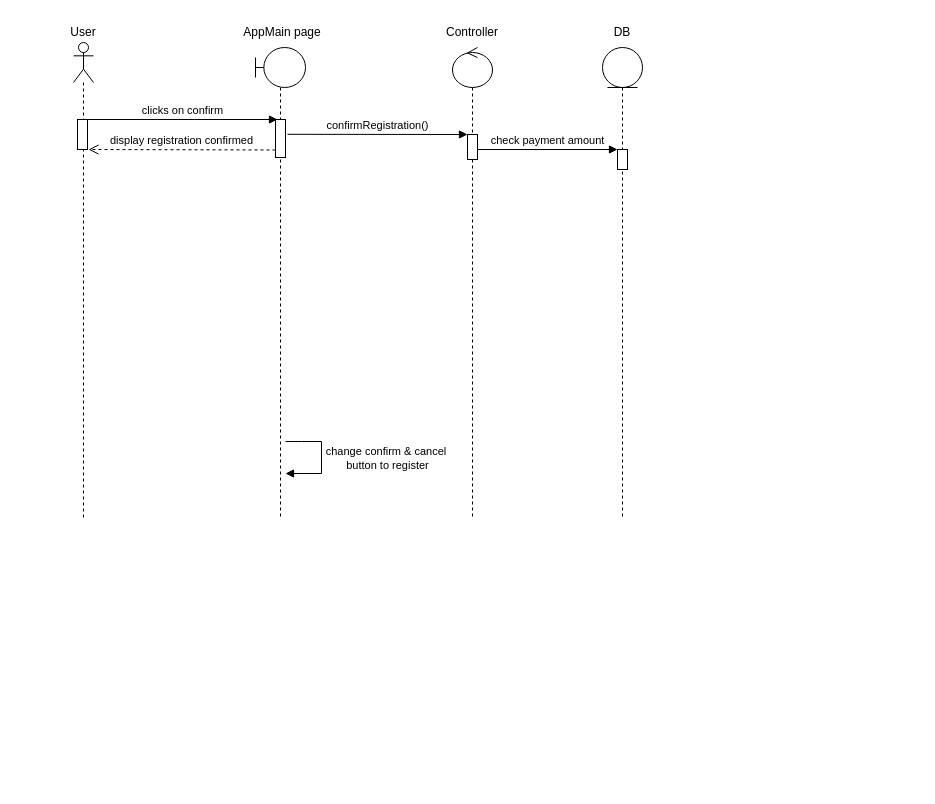
The draw.io diagram uml diagram/confirmRegistration.drawio in rayenbenyoussef/Jci_Manager, before the edit. Source tidied: cells renumbered, new cells numbered last; positions are measured from the earlier drawing's top-left corner, leaving out a move shared by most shapes. Both pictures are drawn from the tidied source at 100%, with x=0, y=0 at pixel (53, 17).
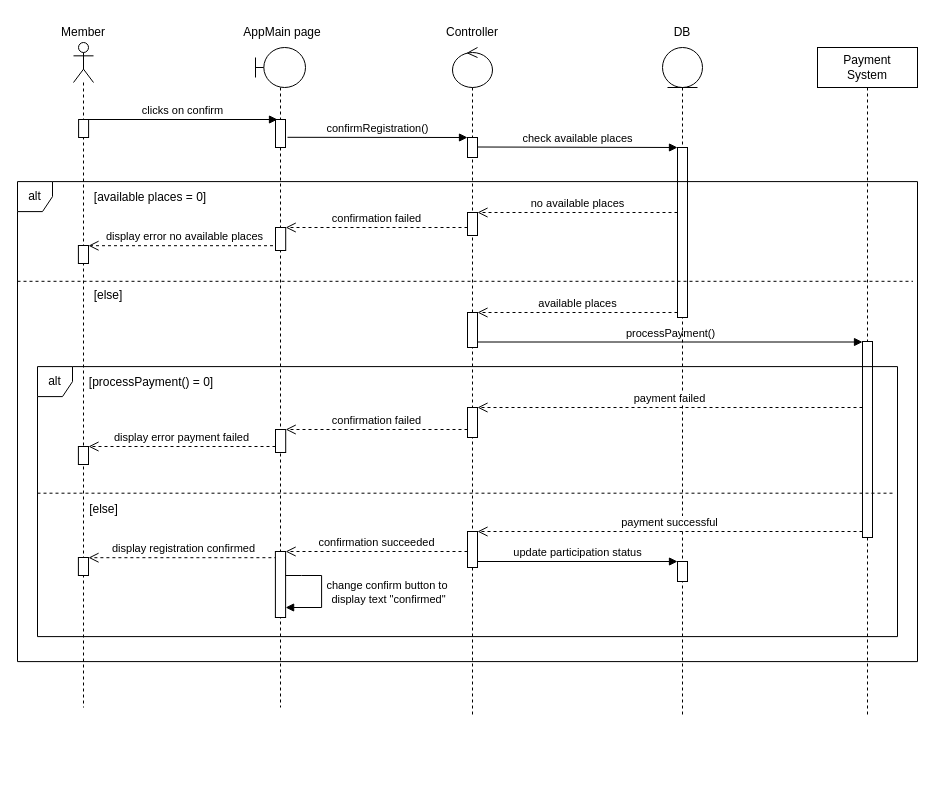
After the change.

What changed in the source:
```diff
@@
+    <mxCell id="3" value="Member" style="text;html=1;whiteSpace=wrap;strokeColor=none;fillColor=none;align=center;verticalAlign=middle;rounded=0;" parent="1" vertex="1">
+      <mxGeometry width="60" height="30" as="geometry" />
+    </mxCell>
+    <mxCell id="12" value="AppMain page" style="text;html=1;whiteSpace=wrap;strokeColor=none;fillColor=none;align=center;verticalAlign=middle;rounded=0;" parent="1" vertex="1">
+      <mxGeometry x="174" width="110" height="30" as="geometry" />
+    </mxCell>
+    <mxCell id="18" value="clicks on confirm" style="html=1;verticalAlign=bottom;endArrow=block;curved=0;rounded=0;strokeColor=light-dark(#000000,#FFFFFF);" parent="1" edge="1">
+      <mxGeometry relative="1" as="geometry">
+        <mxPoint x="34" y="102" as="sourcePoint" />
+        <mxPoint x="224" y="102" as="targetPoint" />
+      </mxGeometry>
+    </mxCell>
+    <mxCell id="19" value="confirmRegistration()" style="html=1;verticalAlign=bottom;endArrow=block;curved=0;rounded=0;strokeColor=light-dark(#000000,#FFFFFF);" parent="1" edge="1">
+      <mxGeometry relative="1" as="geometry">
+        <mxPoint x="234" y="119.8" as="sourcePoint" />
+        <mxPoint x="414" y="120" as="targetPoint" />
+      </mxGeometry>
+    </mxCell>
+    <mxCell id="21" value="check available places" style="html=1;verticalAlign=bottom;endArrow=block;curved=0;rounded=0;strokeColor=light-dark(#000000,#FFFFFF);" parent="1" edge="1">
+      <mxGeometry relative="1" as="geometry">
+        <mxPoint x="424" y="129.5" as="sourcePoint" />
+        <mxPoint x="624" y="130" as="targetPoint" />
+      </mxGeometry>
+    </mxCell>
+    <mxCell id="22" value="no available places" style="html=1;verticalAlign=bottom;endArrow=open;dashed=1;endSize=8;curved=0;rounded=0;" parent="1" edge="1">
+      <mxGeometry relative="1" as="geometry">
+        <mxPoint x="624" y="195" as="sourcePoint" />
+        <mxPoint x="424" y="195" as="targetPoint" />
+      </mxGeometry>
+    </mxCell>
+    <mxCell id="23" value="confirmation failed" style="html=1;verticalAlign=bottom;endArrow=open;dashed=1;endSize=8;curved=0;rounded=0;" parent="1" edge="1" source="41" target="37">
+      <mxGeometry relative="1" as="geometry" />
+    </mxCell>
+    <mxCell id="24" value="available places" style="html=1;verticalAlign=bottom;endArrow=open;dashed=1;endSize=8;curved=0;rounded=0;exitX=0;exitY=1;exitDx=0;exitDy=-5;exitPerimeter=0;" parent="1" edge="1" target="42">
+      <mxGeometry relative="1" as="geometry">
+        <mxPoint x="624" y="295" as="sourcePoint" />
+      </mxGeometry>
+    </mxCell>
+    <mxCell id="25" value="processPayment()" style="html=1;verticalAlign=bottom;endArrow=block;curved=0;rounded=0;strokeColor=light-dark(#000000,#FFFFFF);" parent="1" edge="1" target="29">
+      <mxGeometry relative="1" as="geometry">
+        <mxPoint x="424" y="324.5" as="sourcePoint" />
+      </mxGeometry>
+    </mxCell>
+    <mxCell id="26" value="&lt;span style=&quot;color: light-dark(rgb(0, 0, 0), rgb(255, 179, 102));&quot;&gt;[available places = 0]&lt;/span&gt;" style="text;html=1;whiteSpace=wrap;strokeColor=none;fillColor=none;align=center;verticalAlign=middle;rounded=0;" parent="1" vertex="1">
+      <mxGeometry x="34.8" y="163" width="124.4" height="33.2" as="geometry" />
+    </mxCell>
+    <mxCell id="27" value="display error no available places" style="html=1;verticalAlign=bottom;endArrow=open;dashed=1;endSize=8;curved=0;rounded=0;" parent="1" edge="1" target="36">
+      <mxGeometry relative="1" as="geometry">
+        <mxPoint x="225.5" y="228.2" as="sourcePoint" />
+      </mxGeometry>
+    </mxCell>
+    <mxCell id="28" value="&lt;div&gt;Payment&lt;/div&gt;&lt;div&gt;System&lt;/div&gt;" style="shape=umlLifeline;perimeter=lifelinePerimeter;whiteSpace=wrap;html=1;newEdgeStyle={&quot;curved&quot;:0,&quot;rounded&quot;:0};" parent="1" vertex="1">
+      <mxGeometry x="764" y="30" width="100" height="670" as="geometry" />
+    </mxCell>
+    <mxCell id="29" style="html=1;points=[[0,0,0,0,5],[0,1,0,0,-5],[1,0,0,0,5],[1,1,0,0,-5]];perimeter=orthogonalPerimeter;outlineConnect=0;targetShapes=umlLifeline;portConstraint=eastwest;newEdgeStyle={&quot;curved&quot;:0,&quot;rounded&quot;:0};" parent="28" vertex="1">
+      <mxGeometry x="45" y="294" width="10" height="196" as="geometry" />
+    </mxCell>
+    <mxCell id="30" value="&lt;span style=&quot;color: light-dark(rgb(0, 0, 0), rgb(102, 255, 255));&quot;&gt;[processPayment() = 0]&lt;/span&gt;" style="text;html=1;whiteSpace=wrap;strokeColor=none;fillColor=none;align=center;verticalAlign=middle;rounded=0;" parent="1" vertex="1">
+      <mxGeometry x="33" y="350" width="130" height="30" as="geometry" />
+    </mxCell>
+    <mxCell id="31" value="confirmation failed" style="html=1;verticalAlign=bottom;endArrow=open;dashed=1;endSize=8;curved=0;rounded=0;" parent="1" edge="1" source="39" target="46">
+      <mxGeometry relative="1" as="geometry" />
+    </mxCell>
+    <mxCell id="32" value="display error payment failed" style="html=1;verticalAlign=bottom;endArrow=open;dashed=1;endSize=8;curved=0;rounded=0;" parent="1" edge="1" source="46" target="34">
+      <mxGeometry relative="1" as="geometry" />
+    </mxCell>
+    <mxCell id="9" value="display registration confirmed" style="html=1;verticalAlign=bottom;endArrow=open;dashed=1;endSize=8;curved=0;rounded=0;" parent="1" edge="1" target="35">
+      <mxGeometry relative="1" as="geometry">
+        <mxPoint x="223.9" y="540.2" as="sourcePoint" />
+      </mxGeometry>
+    </mxCell>
+    <mxCell id="33" value="confirmation succeeded" style="html=1;verticalAlign=bottom;endArrow=open;dashed=1;endSize=8;curved=0;rounded=0;" parent="1" edge="1" source="40" target="38">
+      <mxGeometry relative="1" as="geometry" />
+    </mxCell>
     <mxCell id="2" style="shape=umlLifeline;perimeter=lifelinePerimeter;whiteSpace=wrap;html=1;newEdgeStyle={&quot;curved&quot;:0,&quot;rounded&quot;:0};participant=umlActor;fillColor=light-dark(#FFFFFF,transparent);strokeColor=light-dark(#000000,#FFFFFF);" parent="1" vertex="1">
-      <mxGeometry x="20" y="25" width="20" height="475" as="geometry" />
+      <mxGeometry x="20" y="25" width="20" height="665" as="geometry" />
     </mxCell>
-    <mxCell id="3" value="User" style="text;html=1;whiteSpace=wrap;strokeColor=none;fillColor=none;align=center;verticalAlign=middle;rounded=0;" parent="1" vertex="1">
-      <mxGeometry width="60" height="30" as="geometry" />
-    </mxCell>
+    <mxCell id="34" style="html=1;points=[[0,0,0,0,5],[0,1,0,0,-5],[1,0,0,0,5],[1,1,0,0,-5]];perimeter=orthogonalPerimeter;outlineConnect=0;targetShapes=umlLifeline;portConstraint=eastwest;newEdgeStyle={&quot;curved&quot;:0,&quot;rounded&quot;:0};" parent="2" vertex="1">
+      <mxGeometry x="4.9" y="404" width="10.1" height="18" as="geometry" />
+    </mxCell>
+    <mxCell id="35" style="html=1;points=[[0,0,0,0,5],[0,1,0,0,-5],[1,0,0,0,5],[1,1,0,0,-5]];perimeter=orthogonalPerimeter;outlineConnect=0;targetShapes=umlLifeline;portConstraint=eastwest;newEdgeStyle={&quot;curved&quot;:0,&quot;rounded&quot;:0};" parent="2" vertex="1">
+      <mxGeometry x="4.9" y="515" width="10.1" height="18" as="geometry" />
+    </mxCell>
+    <mxCell id="17" style="html=1;perimeter=orthogonalPerimeter;targetShapes=umlLifeline;newEdgeStyle={&quot;curved&quot;:0,&quot;rounded&quot;:0};" parent="2" vertex="1">
+      <mxGeometry x="5.1" y="77" width="10" height="18" as="geometry" />
+    </mxCell>
+    <mxCell id="36" style="html=1;points=[[0,0,0,0,5],[0,1,0,0,-5],[1,0,0,0,5],[1,1,0,0,-5]];perimeter=orthogonalPerimeter;outlineConnect=0;targetShapes=umlLifeline;portConstraint=eastwest;newEdgeStyle={&quot;curved&quot;:0,&quot;rounded&quot;:0};" parent="2" vertex="1">
+      <mxGeometry x="4.9" y="203" width="10.1" height="18" as="geometry" />
+    </mxCell>
+    <mxCell id="7" style="shape=umlLifeline;perimeter=lifelinePerimeter;whiteSpace=wrap;html=1;newEdgeStyle={&quot;curved&quot;:0,&quot;rounded&quot;:0};participant=umlBoundary;" parent="1" vertex="1">
+      <mxGeometry x="202" y="30" width="50" height="660" as="geometry" />
+    </mxCell>
+    <mxCell id="8" style="html=1;perimeter=orthogonalPerimeter;targetShapes=umlLifeline;newEdgeStyle={&quot;curved&quot;:0,&quot;rounded&quot;:0};" parent="7" vertex="1">
+      <mxGeometry x="20" y="72" width="10" height="28" as="geometry" />
+    </mxCell>
+    <mxCell id="37" style="html=1;points=[[0,0,0,0,5],[0,1,0,0,-5],[1,0,0,0,5],[1,1,0,0,-5]];perimeter=orthogonalPerimeter;outlineConnect=0;targetShapes=umlLifeline;portConstraint=eastwest;newEdgeStyle={&quot;curved&quot;:0,&quot;rounded&quot;:0};" parent="7" vertex="1">
+      <mxGeometry x="20" y="180" width="10.2" height="23" as="geometry" />
+    </mxCell>
+    <mxCell id="38" style="html=1;points=[[0,0,0,0,5],[0,1,0,0,-5],[1,0,0,0,5],[1,1,0,0,-5]];perimeter=orthogonalPerimeter;outlineConnect=0;targetShapes=umlLifeline;portConstraint=eastwest;newEdgeStyle={&quot;curved&quot;:0,&quot;rounded&quot;:0};" parent="7" vertex="1">
+      <mxGeometry x="19.9" y="504" width="10.2" height="66" as="geometry" />
+    </mxCell>
     <mxCell id="4" style="group;" parent="1" vertex="1">
-      <mxGeometry x="344" width="110" height="530" as="geometry" />
+      <mxGeometry x="344" width="110" height="700" as="geometry" />
     </mxCell>
     <mxCell id="5" style="shape=umlLifeline;perimeter=lifelinePerimeter;whiteSpace=wrap;html=1;newEdgeStyle={&quot;curved&quot;:0,&quot;rounded&quot;:0};participant=umlControl;" parent="4" vertex="1">
-      <mxGeometry x="55" y="30" width="40" height="470" as="geometry" />
+      <mxGeometry x="55" y="30" width="40" height="670" as="geometry" />
     </mxCell>
+    <mxCell id="39" style="html=1;points=[[0,0,0,0,5],[0,1,0,0,-5],[1,0,0,0,5],[1,1,0,0,-5]];perimeter=orthogonalPerimeter;outlineConnect=0;targetShapes=umlLifeline;portConstraint=eastwest;newEdgeStyle={&quot;curved&quot;:0,&quot;rounded&quot;:0};" parent="5" vertex="1">
+      <mxGeometry x="15" y="360" width="10" height="30" as="geometry" />
+    </mxCell>
+    <mxCell id="40" style="html=1;points=[[0,0,0,0,5],[0,1,0,0,-5],[1,0,0,0,5],[1,1,0,0,-5]];perimeter=orthogonalPerimeter;outlineConnect=0;targetShapes=umlLifeline;portConstraint=eastwest;newEdgeStyle={&quot;curved&quot;:0,&quot;rounded&quot;:0};" parent="5" vertex="1">
+      <mxGeometry x="15" y="484" width="10" height="36" as="geometry" />
+    </mxCell>
+    <mxCell id="41" style="html=1;points=[[0,0,0,0,5],[0,1,0,0,-5],[1,0,0,0,5],[1,1,0,0,-5]];perimeter=orthogonalPerimeter;outlineConnect=0;targetShapes=umlLifeline;portConstraint=eastwest;newEdgeStyle={&quot;curved&quot;:0,&quot;rounded&quot;:0};" parent="5" vertex="1">
+      <mxGeometry x="15" y="165" width="10" height="23" as="geometry" />
+    </mxCell>
+    <mxCell id="20" style="html=1;points=[[0,0,0,0,5],[0,1,0,0,-5],[1,0,0,0,5],[1,1,0,0,-5]];perimeter=orthogonalPerimeter;outlineConnect=0;targetShapes=umlLifeline;portConstraint=eastwest;newEdgeStyle={&quot;curved&quot;:0,&quot;rounded&quot;:0};" parent="5" vertex="1">
+      <mxGeometry x="15" y="90" width="10" height="20" as="geometry" />
+    </mxCell>
+    <mxCell id="42" style="html=1;points=[[0,0,0,0,5],[0,1,0,0,-5],[1,0,0,0,5],[1,1,0,0,-5]];perimeter=orthogonalPerimeter;outlineConnect=0;targetShapes=umlLifeline;portConstraint=eastwest;newEdgeStyle={&quot;curved&quot;:0,&quot;rounded&quot;:0};" parent="5" vertex="1">
+      <mxGeometry x="15" y="265" width="10" height="35" as="geometry" />
+    </mxCell>
@@
-    <mxCell id="7" style="shape=umlLifeline;perimeter=lifelinePerimeter;whiteSpace=wrap;html=1;newEdgeStyle={&quot;curved&quot;:0,&quot;rounded&quot;:0};participant=umlBoundary;" parent="1" vertex="1">
-      <mxGeometry x="202" y="30" width="50" height="470" as="geometry" />
-    </mxCell>
-    <mxCell id="8" style="html=1;perimeter=orthogonalPerimeter;targetShapes=umlLifeline;newEdgeStyle={&quot;curved&quot;:0,&quot;rounded&quot;:0};" parent="7" vertex="1">
-      <mxGeometry x="20" y="72" width="10" height="38" as="geometry" />
-    </mxCell>
-    <mxCell id="9" value="display registration confirmed" style="html=1;verticalAlign=bottom;endArrow=open;dashed=1;endSize=8;curved=0;rounded=0;" parent="7" edge="1">
-      <mxGeometry relative="1" as="geometry">
-        <mxPoint x="20" y="102.5" as="sourcePoint" />
-        <mxPoint x="-167" y="102" as="targetPoint" />
-      </mxGeometry>
-    </mxCell>
-    <mxCell id="10" style="html=1;verticalAlign=bottom;endArrow=block;curved=0;rounded=0;" parent="7" edge="1">
-      <mxGeometry relative="1" as="geometry">
-        <mxPoint x="30" y="394" as="sourcePoint" />
-        <mxPoint x="30" y="426" as="targetPoint" />
-        <Array as="points">
-          <mxPoint x="46" y="394" />
-          <mxPoint x="66" y="394" />
-          <mxPoint x="66" y="426" />
-        </Array>
-      </mxGeometry>
-    </mxCell>
-    <mxCell id="11" value="&lt;div&gt;change&amp;nbsp;confirm &amp;amp; cancel&amp;nbsp;&lt;/div&gt;&lt;div&gt;button to register&lt;/div&gt;" style="edgeLabel;html=1;align=center;verticalAlign=middle;" parent="10" vertex="1">
-      <mxGeometry y="1" relative="1" as="geometry">
-        <mxPoint x="64" as="offset" />
-      </mxGeometry>
-    </mxCell>
-    <mxCell id="12" value="AppMain page" style="text;html=1;whiteSpace=wrap;strokeColor=none;fillColor=none;align=center;verticalAlign=middle;rounded=0;" parent="1" vertex="1">
-      <mxGeometry x="174" width="110" height="30" as="geometry" />
-    </mxCell>
     <mxCell id="13" style="group;" parent="1" vertex="1">
-      <mxGeometry x="514" width="110" height="530" as="geometry" />
+      <mxGeometry x="574" width="110" height="770" as="geometry" />
     </mxCell>
     <mxCell id="14" style="shape=umlLifeline;perimeter=lifelinePerimeter;whiteSpace=wrap;html=1;newEdgeStyle={&quot;curved&quot;:0,&quot;rounded&quot;:0};participant=umlEntity;" parent="13" vertex="1">
-      <mxGeometry x="35" y="30" width="40" height="470" as="geometry" />
+      <mxGeometry x="35" y="30" width="40" height="670" as="geometry" />
     </mxCell>
+    <mxCell id="43" style="html=1;perimeter=orthogonalPerimeter;targetShapes=umlLifeline;newEdgeStyle={&quot;curved&quot;:0,&quot;rounded&quot;:0};" parent="14" vertex="1">
+      <mxGeometry x="15" y="514" width="10" height="20" as="geometry" />
+    </mxCell>
@@
     <mxCell id="16" style="html=1;points=[[0,0,0,0,5],[0,1,0,0,-5],[1,0,0,0,5],[1,1,0,0,-5]];perimeter=orthogonalPerimeter;outlineConnect=0;targetShapes=umlLifeline;portConstraint=eastwest;newEdgeStyle={&quot;curved&quot;:0,&quot;rounded&quot;:0};" parent="13" vertex="1">
-      <mxGeometry x="50" y="132" width="10" height="20" as="geometry" />
+      <mxGeometry x="50" y="130" width="10" height="170" as="geometry" />
     </mxCell>
-    <mxCell id="17" style="html=1;perimeter=orthogonalPerimeter;targetShapes=umlLifeline;newEdgeStyle={&quot;curved&quot;:0,&quot;rounded&quot;:0};" parent="1" vertex="1">
-      <mxGeometry x="24" y="102" width="10" height="30" as="geometry" />
-    </mxCell>
-    <mxCell id="18" value="clicks on confirm" style="html=1;verticalAlign=bottom;endArrow=block;curved=0;rounded=0;strokeColor=light-dark(#000000,#FFFFFF);" parent="1" edge="1">
-      <mxGeometry relative="1" as="geometry">
-        <mxPoint x="34" y="102" as="sourcePoint" />
-        <mxPoint x="224" y="102" as="targetPoint" />
-      </mxGeometry>
-    </mxCell>
-    <mxCell id="19" value="confirmRegistration()" style="html=1;verticalAlign=bottom;endArrow=block;curved=0;rounded=0;strokeColor=light-dark(#000000,#FFFFFF);" parent="1" edge="1" target="20">
-      <mxGeometry relative="1" as="geometry">
-        <mxPoint x="234" y="116.8" as="sourcePoint" />
-      </mxGeometry>
-    </mxCell>
-    <mxCell id="20" style="html=1;points=[[0,0,0,0,5],[0,1,0,0,-5],[1,0,0,0,5],[1,1,0,0,-5]];perimeter=orthogonalPerimeter;outlineConnect=0;targetShapes=umlLifeline;portConstraint=eastwest;newEdgeStyle={&quot;curved&quot;:0,&quot;rounded&quot;:0};" parent="1" vertex="1">
-      <mxGeometry x="414" y="117" width="10" height="25" as="geometry" />
-    </mxCell>
-    <mxCell id="21" value="check payment amount" style="html=1;verticalAlign=bottom;endArrow=block;curved=0;rounded=0;strokeColor=light-dark(#000000,#FFFFFF);" parent="1" edge="1" source="20" target="16">
-      <mxGeometry relative="1" as="geometry" />
-    </mxCell>
+    <mxCell id="44" value="payment failed" style="html=1;verticalAlign=bottom;endArrow=open;dashed=1;endSize=8;curved=0;rounded=0;" parent="1" edge="1">
+      <mxGeometry relative="1" as="geometry">
+        <mxPoint x="809" y="390" as="sourcePoint" />
+        <mxPoint x="424" y="390" as="targetPoint" />
+      </mxGeometry>
+    </mxCell>
+    <mxCell id="45" value="payment successful" style="html=1;verticalAlign=bottom;endArrow=open;dashed=1;endSize=8;curved=0;rounded=0;" parent="1" edge="1" target="40">
+      <mxGeometry relative="1" as="geometry">
+        <mxPoint x="809" y="514" as="sourcePoint" />
+      </mxGeometry>
+    </mxCell>
+    <mxCell id="46" style="html=1;points=[[0,0,0,0,5],[0,1,0,0,-5],[1,0,0,0,5],[1,1,0,0,-5]];perimeter=orthogonalPerimeter;outlineConnect=0;targetShapes=umlLifeline;portConstraint=eastwest;newEdgeStyle={&quot;curved&quot;:0,&quot;rounded&quot;:0};" parent="1" vertex="1">
+      <mxGeometry x="222" y="412" width="10.2" height="23" as="geometry" />
+    </mxCell>
+    <mxCell id="47" value="&lt;span style=&quot;color: light-dark(rgb(0, 0, 0), rgb(255, 179, 102));&quot;&gt;alt&lt;/span&gt;" style="shape=umlFrame;whiteSpace=wrap;html=1;width=35;height=30;fillColor=light-dark(#FFFFFF,transparent);strokeColor=light-dark(#000000,#FFB366);" parent="1" vertex="1">
+      <mxGeometry x="-36" y="164.1" width="900" height="480" as="geometry" />
+    </mxCell>
+    <mxCell id="48" style="group;" parent="1" vertex="1">
+      <mxGeometry x="-36" y="261.3" width="895.5" height="33.2" as="geometry" />
+    </mxCell>
+    <mxCell id="49" style="endArrow=none;dashed=1;html=1;rounded=0;exitX=0;exitY=0.615;exitDx=0;exitDy=0;exitPerimeter=0;entryX=1.001;entryY=0.615;entryDx=0;entryDy=0;entryPerimeter=0;strokeColor=light-dark(#000000,#FFB366);" parent="48" edge="1">
+      <mxGeometry relative="1" as="geometry">
+        <mxPoint y="2.5" as="sourcePoint" />
+        <mxPoint x="895.5" y="2.5" as="targetPoint" />
+      </mxGeometry>
+    </mxCell>
+    <mxCell id="50" value="&lt;span style=&quot;color: light-dark(rgb(0, 0, 0), rgb(255, 179, 102));&quot;&gt;[else]&lt;/span&gt;" style="text;html=1;whiteSpace=wrap;strokeColor=none;fillColor=none;align=center;verticalAlign=middle;rounded=0;" parent="48" vertex="1">
+      <mxGeometry x="28.1" width="125.7" height="33.2" as="geometry" />
+    </mxCell>
+    <mxCell id="51" style="group;" parent="1" vertex="1">
+      <mxGeometry x="-16" y="474.7" width="855.7" height="24.1" as="geometry" />
+    </mxCell>
+    <mxCell id="52" style="endArrow=none;dashed=1;html=1;rounded=0;exitX=0;exitY=0.615;exitDx=0;exitDy=0;exitPerimeter=0;entryX=1.001;entryY=0.615;entryDx=0;entryDy=0;entryPerimeter=0;strokeColor=light-dark(#000000,#66FFFF);" parent="51" edge="1">
+      <mxGeometry relative="1" as="geometry">
+        <mxPoint y="1" as="sourcePoint" />
+        <mxPoint x="855.7" y="1" as="targetPoint" />
+      </mxGeometry>
+    </mxCell>
+    <mxCell id="53" value="&lt;span style=&quot;color: light-dark(rgb(0, 0, 0), rgb(102, 255, 255));&quot;&gt;[else]&lt;/span&gt;" style="text;html=1;whiteSpace=wrap;strokeColor=none;fillColor=none;align=center;verticalAlign=middle;rounded=0;" parent="51" vertex="1">
+      <mxGeometry x="43" y="11" width="46.9" height="13.2" as="geometry" />
+    </mxCell>
+    <mxCell id="54" style="html=1;verticalAlign=bottom;endArrow=block;curved=0;rounded=0;" parent="1" edge="1">
+      <mxGeometry relative="1" as="geometry">
+        <mxPoint x="232.1" y="558" as="sourcePoint" />
+        <mxPoint x="232.1" y="590" as="targetPoint" />
+        <Array as="points">
+          <mxPoint x="248.1" y="558" />
+          <mxPoint x="268.1" y="558" />
+          <mxPoint x="268.1" y="590" />
+        </Array>
+      </mxGeometry>
+    </mxCell>
+    <mxCell id="55" value="&lt;div&gt;change confirm button to&amp;nbsp;&lt;/div&gt;&lt;div&gt;display text &quot;confirmed&quot;&lt;/div&gt;" style="edgeLabel;html=1;align=center;verticalAlign=middle;" parent="54" vertex="1">
+      <mxGeometry y="1" relative="1" as="geometry">
+        <mxPoint x="65" as="offset" />
+      </mxGeometry>
+    </mxCell>
+    <mxCell id="56" value="&lt;span style=&quot;color: light-dark(rgb(0, 0, 0), rgb(102, 255, 255));&quot;&gt;alt&lt;/span&gt;" style="shape=umlFrame;whiteSpace=wrap;html=1;width=35;height=30;fillColor=none;strokeColor=light-dark(#000000,#66FFFF);" parent="1" vertex="1">
+      <mxGeometry x="-16" y="349.1" width="860" height="270" as="geometry" />
+    </mxCell>
+    <mxCell id="57" value="update participation status" style="html=1;verticalAlign=bottom;endArrow=block;curved=0;rounded=0;strokeColor=light-dark(#000000,#FFFFFF);" parent="1" edge="1">
+      <mxGeometry relative="1" as="geometry">
+        <mxPoint x="424" y="544" as="sourcePoint" />
+        <mxPoint x="624" y="544" as="targetPoint" />
+      </mxGeometry>
+    </mxCell>
```
